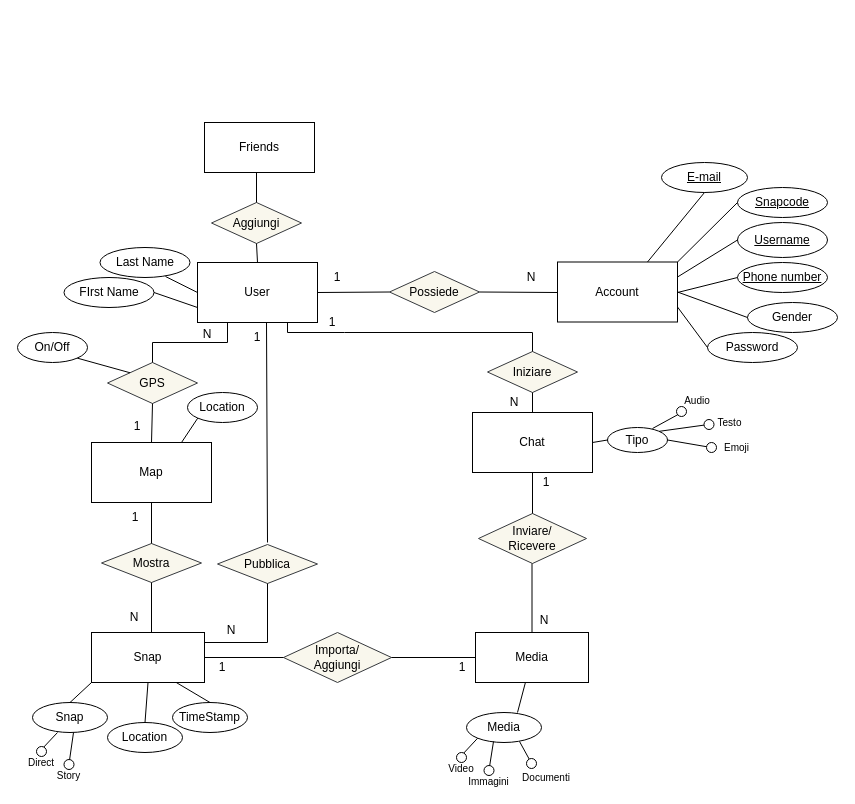
Antonet99/noSQL-Snapchat keeps this draw.io diagram as schema E-R.drawio. Above is the earlier version. Source tidied: cells renumbered, new cells numbered last; positions are measured from the earlier drawing's top-left corner, leaving out a move shared by most shapes. Both pictures are drawn from the tidied source at 100%, with x=0, y=0 at pixel (17, 122).
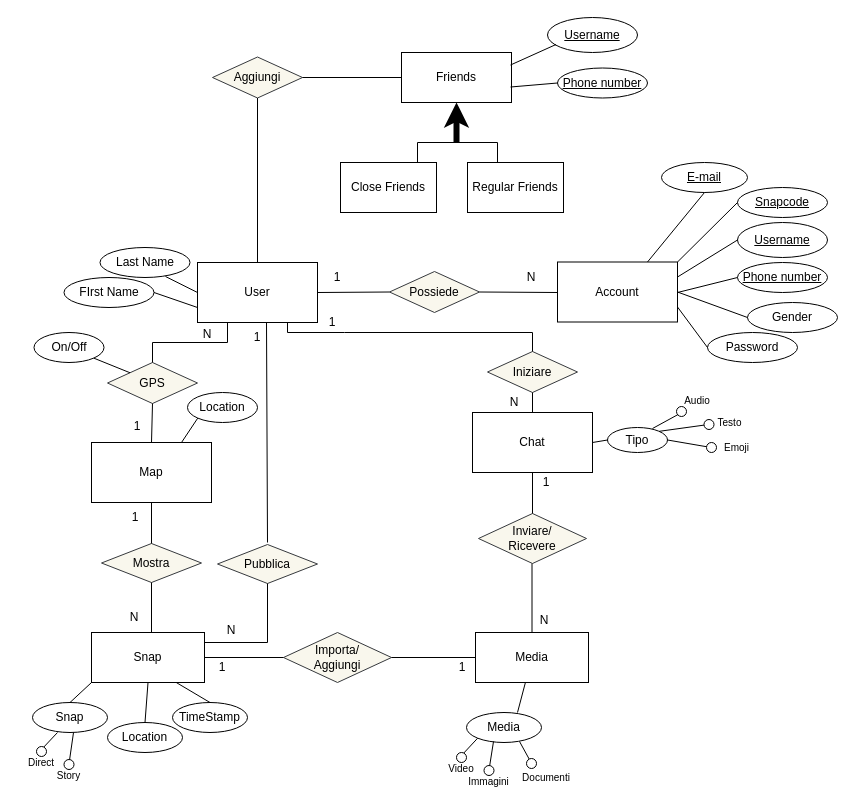
The same diagram, later.

Diff of the diagram source:
```diff
@@
     <mxCell id="28" value="On/Off" style="ellipse;whiteSpace=wrap;html=1;align=center;" parent="1" vertex="1">
-      <mxGeometry y="210" width="70" height="30" as="geometry" />
+      <mxGeometry x="16.5" y="210" width="70" height="30" as="geometry" />
     </mxCell>
@@
     <mxCell id="100" value="Aggiungi" style="shape=rhombus;perimeter=rhombusPerimeter;whiteSpace=wrap;html=1;align=center;fillColor=#f9f7ed;strokeColor=#36393d;" parent="1" vertex="1">
-      <mxGeometry x="194" y="80" width="90" height="41" as="geometry" />
+      <mxGeometry x="195" y="-65.5" width="90" height="41" as="geometry" />
     </mxCell>
     <mxCell id="101" value="Friends" style="rounded=0;whiteSpace=wrap;html=1;" parent="1" vertex="1">
-      <mxGeometry x="187" width="110" height="50" as="geometry" />
+      <mxGeometry x="384" y="-70" width="110" height="50" as="geometry" />
     </mxCell>
-    <mxCell id="102" style="endArrow=none;html=1;rounded=0;exitX=0.5;exitY=0;exitDx=0;exitDy=0;" parent="1" edge="1" source="100">
-      <mxGeometry relative="1" as="geometry">
-        <mxPoint x="239" y="50" as="targetPoint" />
-      </mxGeometry>
+    <mxCell id="102" style="endArrow=none;html=1;rounded=0;exitX=0;exitY=0.5;exitDx=0;exitDy=0;entryX=1;entryY=0.5;entryDx=0;entryDy=0;" parent="1" edge="1" source="101" target="100">
+      <mxGeometry relative="1" as="geometry" />
     </mxCell>
@@
+    <mxCell id="104" style="endArrow=classic;html=1;rounded=0;entryX=0.5;entryY=1;entryDx=0;entryDy=0;strokeWidth=6;" parent="1" edge="1" target="101">
+      <mxGeometry relative="1" as="geometry">
+        <mxPoint x="439" y="20" as="sourcePoint" />
+      </mxGeometry>
+    </mxCell>
+    <mxCell id="105" style="endArrow=none;html=1;rounded=0;" parent="1" edge="1">
+      <mxGeometry relative="1" as="geometry">
+        <mxPoint x="400" y="20" as="sourcePoint" />
+        <mxPoint x="480" y="20" as="targetPoint" />
+      </mxGeometry>
+    </mxCell>
+    <mxCell id="106" value="Close Friends" style="rounded=0;whiteSpace=wrap;html=1;" parent="1" vertex="1">
+      <mxGeometry x="323" y="40" width="96" height="50" as="geometry" />
+    </mxCell>
+    <mxCell id="107" value="Regular Friends" style="rounded=0;whiteSpace=wrap;html=1;" parent="1" vertex="1">
+      <mxGeometry x="450" y="40" width="96" height="50" as="geometry" />
+    </mxCell>
+    <mxCell id="108" style="endArrow=none;html=1;rounded=0;" parent="1" edge="1">
+      <mxGeometry relative="1" as="geometry">
+        <mxPoint x="400" y="40" as="sourcePoint" />
+        <mxPoint x="400" y="20" as="targetPoint" />
+      </mxGeometry>
+    </mxCell>
+    <mxCell id="109" style="endArrow=none;html=1;rounded=0;" parent="1" edge="1">
+      <mxGeometry relative="1" as="geometry">
+        <mxPoint x="480" y="40" as="sourcePoint" />
+        <mxPoint x="480" y="20" as="targetPoint" />
+      </mxGeometry>
+    </mxCell>
+    <mxCell id="110" value="Username" style="ellipse;whiteSpace=wrap;html=1;align=center;fontStyle=4;" parent="1" vertex="1">
+      <mxGeometry x="530" y="-105" width="90" height="35" as="geometry" />
+    </mxCell>
+    <mxCell id="111" value="Phone number" style="ellipse;whiteSpace=wrap;html=1;align=center;fontStyle=4;" parent="1" vertex="1">
+      <mxGeometry x="540" y="-54.5" width="90" height="30" as="geometry" />
+    </mxCell>
+    <mxCell id="112" style="endArrow=none;html=1;rounded=0;entryX=0.106;entryY=0.771;entryDx=0;entryDy=0;exitX=1;exitY=0.25;exitDx=0;exitDy=0;entryPerimeter=0;" parent="1" edge="1">
+      <mxGeometry relative="1" as="geometry">
+        <mxPoint x="493" y="-57.5" as="sourcePoint" />
+        <mxPoint x="538.5" y="-78" as="targetPoint" />
+      </mxGeometry>
+    </mxCell>
+    <mxCell id="113" style="endArrow=none;html=1;rounded=0;entryX=0;entryY=0.5;entryDx=0;entryDy=0;exitX=0.991;exitY=0.69;exitDx=0;exitDy=0;exitPerimeter=0;" parent="1" edge="1" source="101" target="111">
+      <mxGeometry relative="1" as="geometry" />
+    </mxCell>
```
